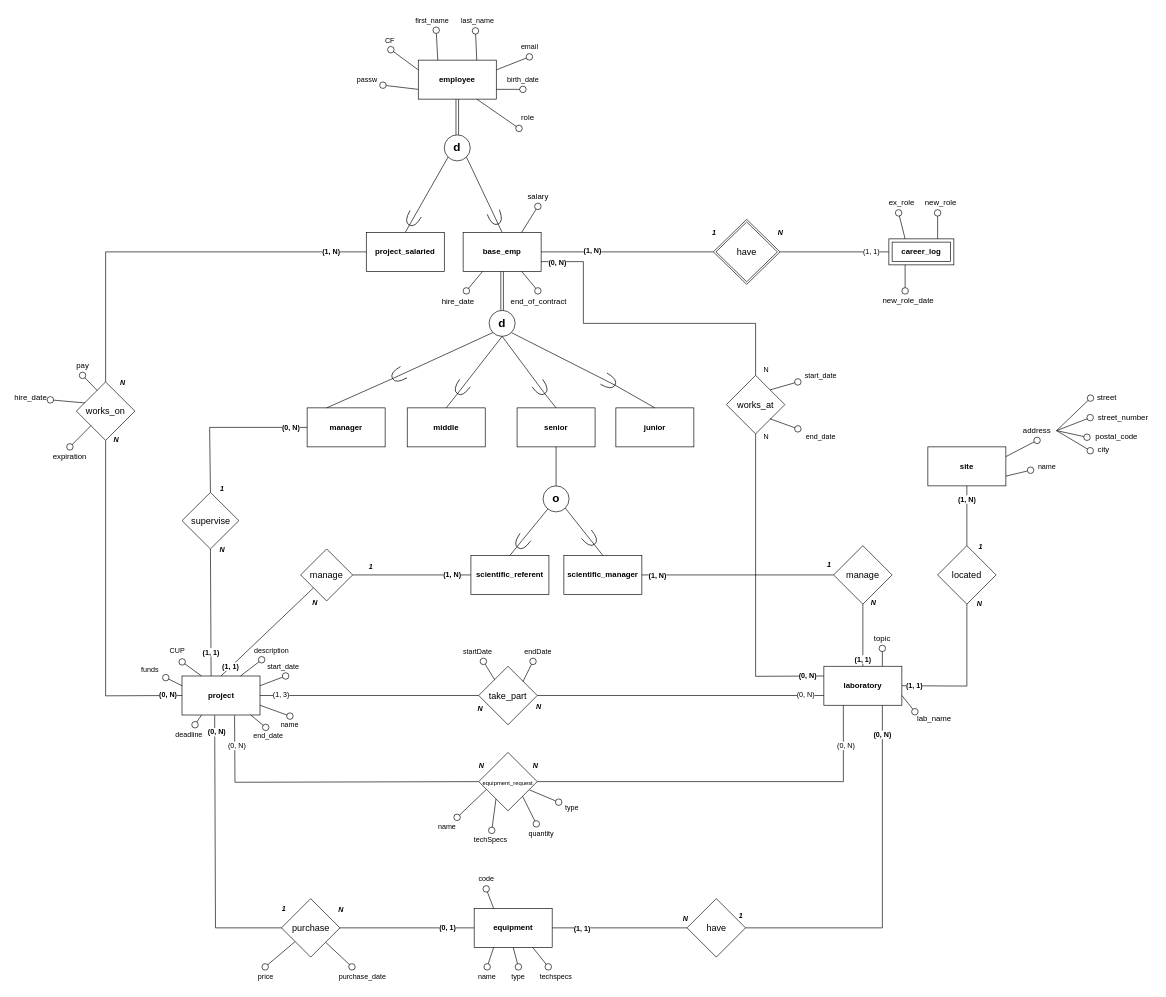
Earlier version of the draw.io diagram schemi/concettualeER.drawio (roberto-ingenito-progetto-OO-BD/progetto_OO_BD). Source tidied: cells renumbered, new cells numbered last; positions are measured from the earlier drawing's top-left corner, leaving out a move shared by most shapes. Both pictures are drawn from the tidied source at 65%, with x=0, y=0 at pixel (11, 11).
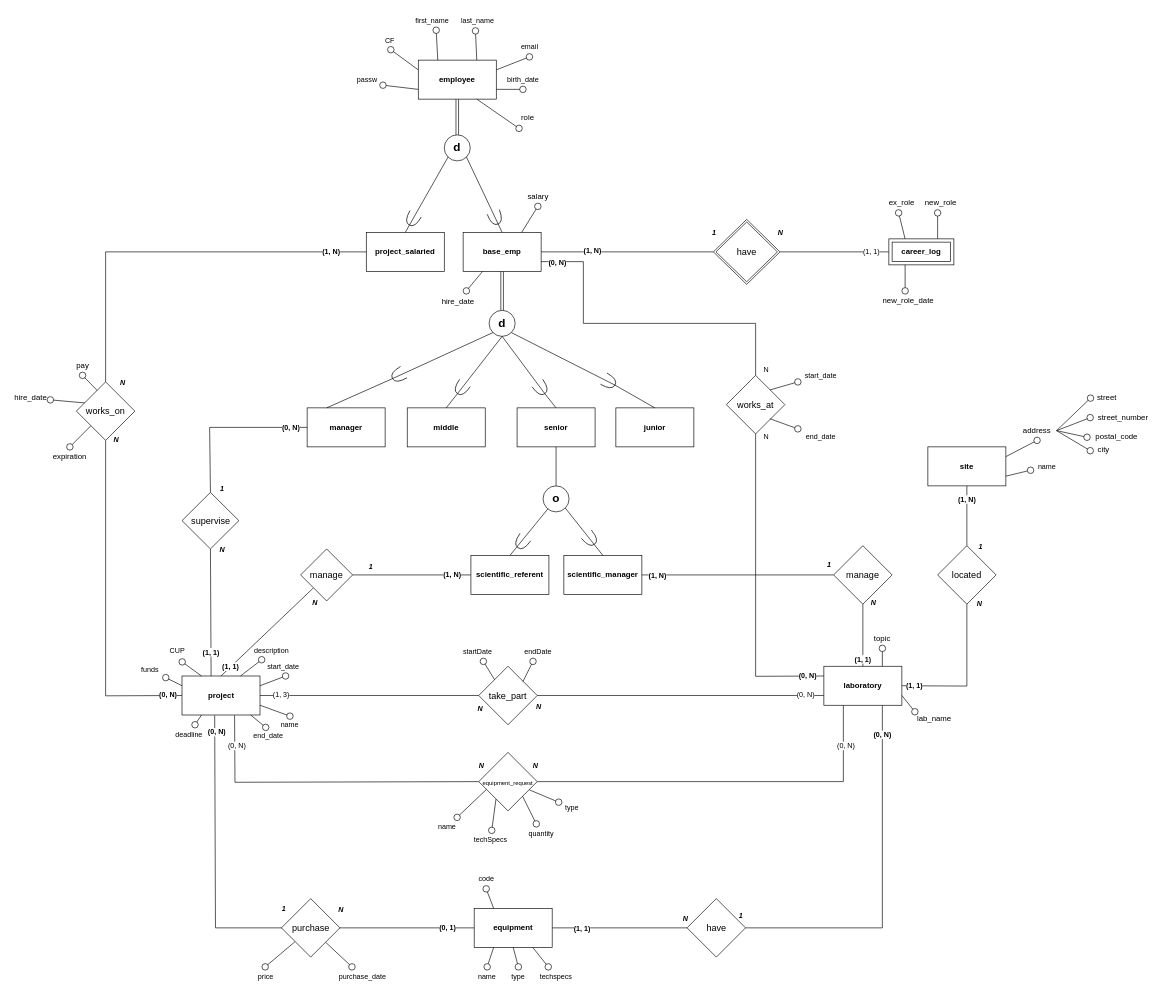
The same diagram, later.

Unchanged cells that the change refers to:
```xml
<mxCell id="43" value="&lt;b&gt;base_emp&lt;/b&gt;" style="rounded=0;whiteSpace=wrap;html=1;shadow=0;" parent="1" vertex="1">
  <mxGeometry x="695" y="340" width="120" height="60" as="geometry" />
</mxCell>
```

Diff of the diagram source:
```diff
@@
-    <mxCell id="157" style="edgeStyle=none;shape=connector;rounded=0;jettySize=auto;html=1;exitX=0.75;exitY=1;exitDx=0;exitDy=0;labelBackgroundColor=default;strokeColor=default;fontFamily=Helvetica;fontSize=11;fontColor=default;startArrow=none;startFill=0;endArrow=oval;endFill=0;startSize=10;endSize=10;shadow=0;" parent="1" edge="1" source="43">
-      <mxGeometry relative="1" as="geometry">
-        <mxPoint x="810" y="430" as="targetPoint" />
-      </mxGeometry>
-    </mxCell>
-    <mxCell id="158" value="end_of_contract" style="text;html=1;align=center;verticalAlign=middle;strokeColor=none;fillColor=none;shadow=0;" parent="1" vertex="1">
-      <mxGeometry x="756" y="432" width="110" height="30" as="geometry" />
-    </mxCell>
```
